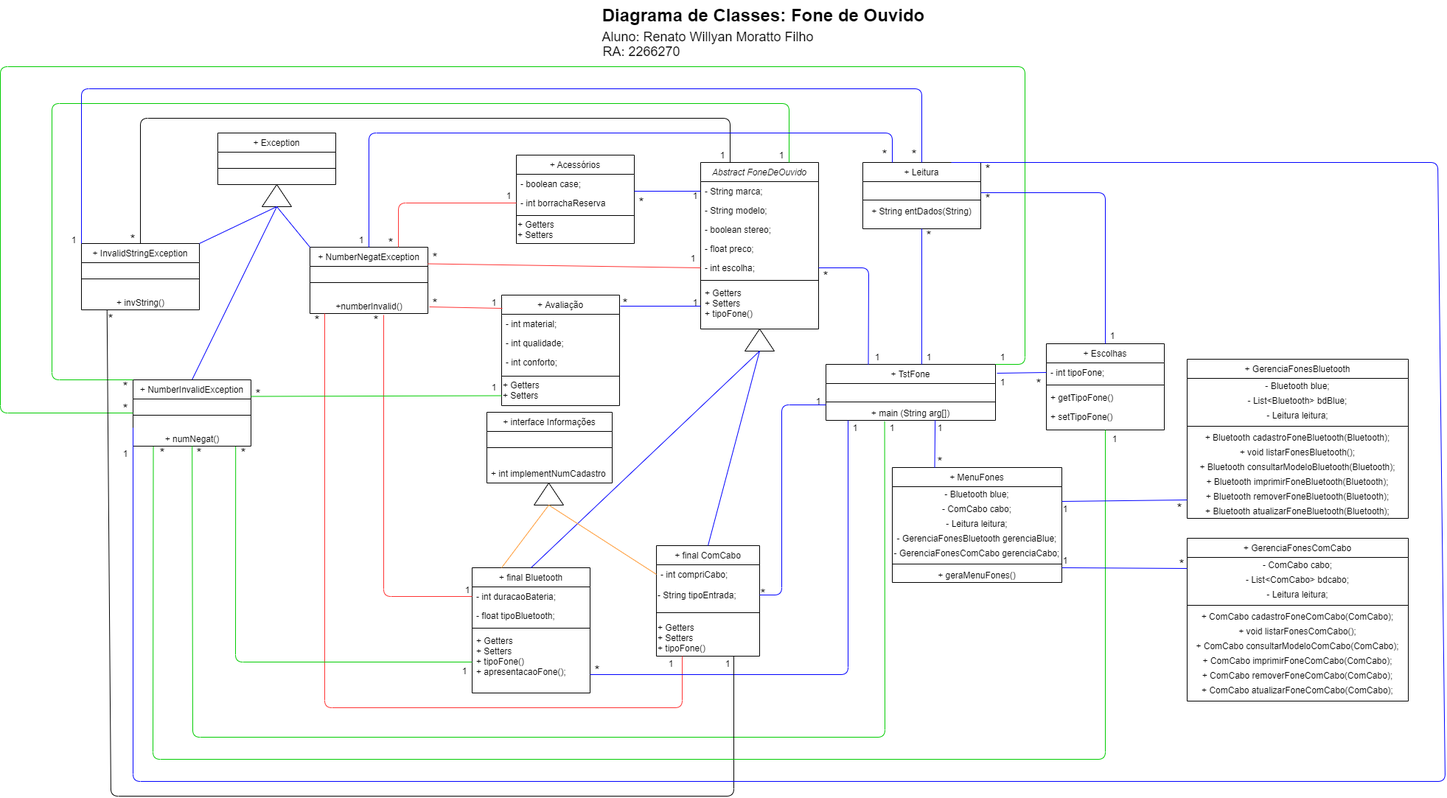
Above: Diagrama de Classes - Fone de Ouvido.png in RenatoMoratto/fone-de-ouvido-java (draw.io), before the change. Source tidied: cells renumbered, new cells last; positions are measured from the earlier drawing's top-left corner, leaving out a move shared by most shapes.
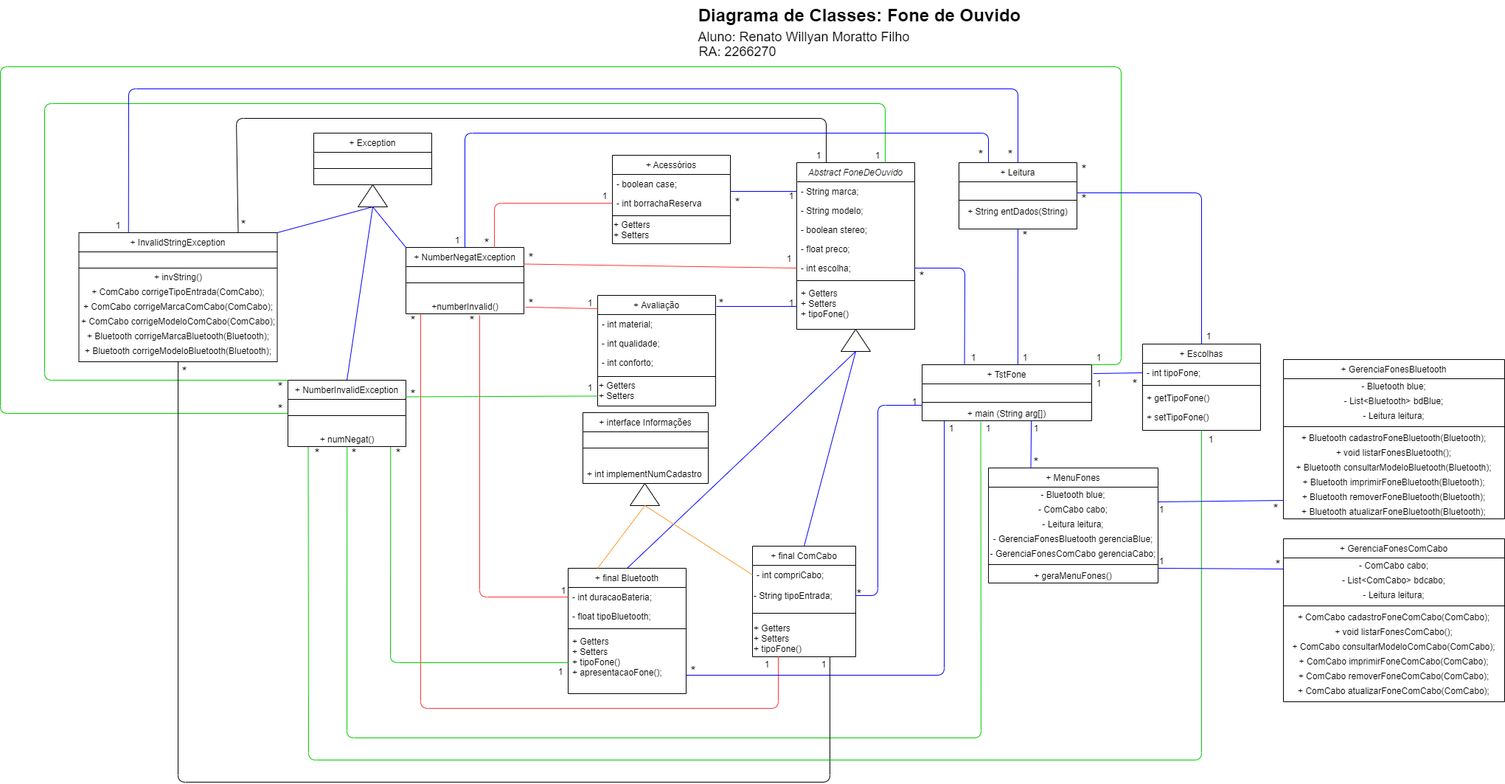
The same file after the commit.

Commit message:
Updated Diagrama de Classes - Fone de Ouvido

Diff of the diagram source:
```diff
@@ -174,7 +174,7 @@
       <mxGeometry relative="1" as="geometry" />
     </mxCell>
     <mxCell id="59" value="+ NumberInvalidException" style="swimlane;fontStyle=0;align=center;verticalAlign=top;horizontal=1;startSize=26;shadow=0;strokeWidth=1;" parent="1" vertex="1">
-      <mxGeometry x="180" y="515" width="160" height="90" as="geometry" />
+      <mxGeometry x="260" y="515" width="160" height="90" as="geometry" />
     </mxCell>
     <mxCell id="60" style="line;html=1;strokeWidth=1;align=left;verticalAlign=middle;spacingTop=-1;spacingLeft=3;spacingRight=3;labelPosition=right;" parent="59" vertex="1">
       <mxGeometry y="26" width="160" height="44" as="geometry" />
@@ -251,7 +251,7 @@
       <mxGeometry relative="1" as="geometry" />
     </mxCell>
     <mxCell id="80" value="*" style="text;html=1;strokeColor=none;fillColor=none;align=center;verticalAlign=middle;whiteSpace=wrap;fontSize=18;" parent="1" vertex="1">
-      <mxGeometry x="340" y="525" width="20" height="20" as="geometry" />
+      <mxGeometry x="420" y="525" width="20" height="20" as="geometry" />
     </mxCell>
     <mxCell id="81" value="1" style="text;html=1;strokeColor=none;fillColor=none;align=center;verticalAlign=middle;whiteSpace=wrap;" parent="1" vertex="1">
       <mxGeometry x="660" y="515" width="20" height="20" as="geometry" />
@@ -259,12 +259,12 @@
     <mxCell id="82" style="endArrow=none;html=1;fontSize=18;exitX=0.87;exitY=1.033;exitDx=0;exitDy=0;strokeColor=#00CC00;exitPerimeter=0;entryX=0;entryY=0.5;entryDx=0;entryDy=0;" parent="1" edge="1" source="61" target="14">
       <mxGeometry relative="1" as="geometry">
         <Array as="points">
-          <mxPoint x="319" y="898" />
+          <mxPoint x="399" y="898" />
         </Array>
       </mxGeometry>
     </mxCell>
     <mxCell id="83" value="*" style="text;html=1;strokeColor=none;fillColor=none;align=center;verticalAlign=middle;whiteSpace=wrap;fontSize=18;" parent="1" vertex="1">
-      <mxGeometry x="320" y="605" width="20" height="20" as="geometry" />
+      <mxGeometry x="400" y="605" width="20" height="20" as="geometry" />
     </mxCell>
     <mxCell id="84" value="1" style="text;html=1;strokeColor=none;fillColor=none;align=center;verticalAlign=middle;whiteSpace=wrap;" parent="1" vertex="1">
       <mxGeometry x="620" y="900" width="20" height="20" as="geometry" />
@@ -280,8 +280,8 @@
     <mxCell id="87" style="endArrow=none;html=1;fontSize=18;exitX=0;exitY=0;exitDx=0;exitDy=0;strokeColor=#00CC00;entryX=0.75;entryY=0;entryDx=0;entryDy=0;" parent="1" edge="1" source="59" target="2">
       <mxGeometry relative="1" as="geometry">
         <Array as="points">
-          <mxPoint x="70" y="515" />
-          <mxPoint x="70" y="140" />
+          <mxPoint x="-70" y="515" />
+          <mxPoint x="-70" y="140" />
           <mxPoint x="1070" y="140" />
         </Array>
       </mxGeometry>
@@ -293,7 +293,7 @@
       <mxGeometry x="1050" y="200" width="20" height="20" as="geometry" />
     </mxCell>
     <mxCell id="90" value="*" style="text;html=1;strokeColor=none;fillColor=none;align=center;verticalAlign=middle;whiteSpace=wrap;fontSize=18;" parent="1" vertex="1">
-      <mxGeometry x="160" y="515" width="20" height="20" as="geometry" />
+      <mxGeometry x="240" y="515" width="20" height="20" as="geometry" />
     </mxCell>
     <mxCell id="91" value="*" style="text;html=1;strokeColor=none;fillColor=none;align=center;verticalAlign=middle;whiteSpace=wrap;fontSize=18;" parent="1" vertex="1">
       <mxGeometry x="520" y="320" width="20" height="20" as="geometry" />
@@ -304,13 +304,13 @@
     <mxCell id="93" style="endArrow=none;html=1;strokeColor=#00CC00;exitX=0.501;exitY=0.998;exitDx=0;exitDy=0;exitPerimeter=0;entryX=0.346;entryY=1.067;entryDx=0;entryDy=0;entryPerimeter=0;" parent="1" edge="1" source="61" target="32">
       <mxGeometry relative="1" as="geometry">
         <Array as="points">
-          <mxPoint x="261" y="1000" />
+          <mxPoint x="340" y="1000" />
           <mxPoint x="1200" y="1000" />
         </Array>
       </mxGeometry>
     </mxCell>
     <mxCell id="94" value="*" style="text;html=1;strokeColor=none;fillColor=none;align=center;verticalAlign=middle;whiteSpace=wrap;fontSize=18;" parent="1" vertex="1">
-      <mxGeometry x="260" y="605" width="20" height="20" as="geometry" />
+      <mxGeometry x="340" y="605" width="20" height="20" as="geometry" />
     </mxCell>
     <mxCell id="95" value="1" style="text;html=1;strokeColor=none;fillColor=none;align=center;verticalAlign=middle;whiteSpace=wrap;" parent="1" vertex="1">
       <mxGeometry x="1200" y="570" width="20" height="20" as="geometry" />
@@ -318,15 +318,15 @@
     <mxCell id="96" style="endArrow=none;html=1;fontSize=18;exitX=0;exitY=0.5;exitDx=0;exitDy=0;strokeColor=#00CC00;entryX=1;entryY=0;entryDx=0;entryDy=0;" parent="1" edge="1" source="59" target="29">
       <mxGeometry relative="1" as="geometry">
         <Array as="points">
-          <mxPoint y="560" />
-          <mxPoint y="90" />
+          <mxPoint x="-130" y="560" />
+          <mxPoint x="-130" y="90" />
           <mxPoint x="1390" y="90" />
           <mxPoint x="1390" y="494" />
         </Array>
       </mxGeometry>
     </mxCell>
     <mxCell id="97" value="*" style="text;html=1;strokeColor=none;fillColor=none;align=center;verticalAlign=middle;whiteSpace=wrap;fontSize=18;" parent="1" vertex="1">
-      <mxGeometry x="160" y="545" width="20" height="20" as="geometry" />
+      <mxGeometry x="240" y="545" width="20" height="20" as="geometry" />
     </mxCell>
     <mxCell id="98" value="1" style="text;html=1;strokeColor=none;fillColor=none;align=center;verticalAlign=middle;whiteSpace=wrap;" parent="1" vertex="1">
       <mxGeometry x="1350" y="474" width="20" height="20" as="geometry" />
@@ -362,18 +362,36 @@
       <mxGeometry relative="1" as="geometry" />
     </mxCell>
     <mxCell id="104" value="+ InvalidStringException" style="swimlane;fontStyle=0;align=center;verticalAlign=top;horizontal=1;startSize=26;shadow=0;strokeWidth=1;" parent="1" vertex="1">
-      <mxGeometry x="110" y="330" width="160" height="90" as="geometry" />
+      <mxGeometry x="-23.5" y="315" width="269" height="175" as="geometry" />
     </mxCell>
+    <mxCell id="182" value="&amp;nbsp; &amp;nbsp;" style="text;html=1;align=center;verticalAlign=middle;" parent="104" vertex="1">
+      <mxGeometry y="26" width="269" height="20" as="geometry" />
+    </mxCell>
     <mxCell id="105" style="line;html=1;strokeWidth=1;align=left;verticalAlign=middle;spacingTop=-1;spacingLeft=3;spacingRight=3;labelPosition=right;" parent="104" vertex="1">
-      <mxGeometry y="26" width="160" height="44" as="geometry" />
+      <mxGeometry y="46" width="269" height="4" as="geometry" />
     </mxCell>
+    <mxCell id="183" value="+ invString()" style="text;html=1;align=center;verticalAlign=middle;" parent="104" vertex="1">
+      <mxGeometry y="50" width="269" height="20" as="geometry" />
+    </mxCell>
+    <mxCell id="184" value="+ ComCabo corrigeTipoEntrada(ComCabo);" style="text;html=1;align=center;verticalAlign=middle;" parent="104" vertex="1">
+      <mxGeometry y="70" width="269" height="20" as="geometry" />
+    </mxCell>
-    <mxCell id="106" value="+ invString()" style="text;html=1;align=center;verticalAlign=middle;points=[];" parent="104" vertex="1">
-      <mxGeometry y="70" width="160" height="20" as="geometry" />
+    <mxCell id="106" value="+ ComCabo corrigeMarcaComCabo(ComCabo);" style="text;html=1;align=center;verticalAlign=middle;points=[];" parent="104" vertex="1">
+      <mxGeometry y="90" width="269" height="20" as="geometry" />
     </mxCell>
+    <mxCell id="185" value="+ ComCabo corrigeModeloComCabo(ComCabo);" style="text;html=1;align=center;verticalAlign=middle;" parent="104" vertex="1">
+      <mxGeometry y="110" width="269" height="20" as="geometry" />
+    </mxCell>
+    <mxCell id="186" value="+ Bluetooth corrigeMarcaBluetooth(Bluetooth);" style="text;html=1;align=center;verticalAlign=middle;" parent="104" vertex="1">
+      <mxGeometry y="130" width="269" height="20" as="geometry" />
+    </mxCell>
+    <mxCell id="187" value="+ Bluetooth corrigeModeloBluetooth(Bluetooth);" style="text;html=1;align=center;verticalAlign=middle;" parent="104" vertex="1">
+      <mxGeometry y="150" width="269" height="20" as="geometry" />
+    </mxCell>
     <mxCell id="107" style="endArrow=none;html=1;fontSize=18;strokeColor=#0000FF;entryX=1;entryY=0;entryDx=0;entryDy=0;exitX=0;exitY=0.5;exitDx=0;exitDy=0;" parent="1" edge="1" source="57" target="104">
       <mxGeometry relative="1" as="geometry" />
     </mxCell>
-    <mxCell id="108" style="endArrow=none;html=1;entryX=0.25;entryY=0;entryDx=0;entryDy=0;exitX=0.5;exitY=0;exitDx=0;exitDy=0;" parent="1" edge="1" source="104" target="2">
+    <mxCell id="108" style="endArrow=none;html=1;entryX=0.25;entryY=0;entryDx=0;entryDy=0;exitX=0.803;exitY=-0.004;exitDx=0;exitDy=0;exitPerimeter=0;" parent="1" edge="1" source="104" target="2">
       <mxGeometry relative="1" as="geometry">
         <Array as="points">
           <mxPoint x="190" y="160" />
@@ -381,11 +399,11 @@
         </Array>
       </mxGeometry>
     </mxCell>
-    <mxCell id="109" style="endArrow=none;html=1;exitX=0.75;exitY=1;exitDx=0;exitDy=0;entryX=0.217;entryY=1.027;entryDx=0;entryDy=0;entryPerimeter=0;" parent="1" edge="1" source="19" target="106">
+    <mxCell id="109" style="endArrow=none;html=1;exitX=0.75;exitY=1;exitDx=0;exitDy=0;entryX=0.5;entryY=1;entryDx=0;entryDy=0;" parent="1" edge="1" source="19" target="104">
       <mxGeometry relative="1" as="geometry">
         <Array as="points">
-          <mxPoint x="995" y="1080" />
-          <mxPoint x="150" y="1080" />
+          <mxPoint x="995" y="1060" />
+          <mxPoint x="111" y="1060" />
         </Array>
       </mxGeometry>
     </mxCell>
@@ -432,10 +450,10 @@
       <mxGeometry relative="1" as="geometry" />
     </mxCell>
     <mxCell id="124" value="*" style="text;html=1;strokeColor=none;fillColor=none;align=center;verticalAlign=middle;whiteSpace=wrap;fontSize=18;" parent="1" vertex="1">
-      <mxGeometry x="140" y="422.5" width="20" height="20" as="geometry" />
+      <mxGeometry x="110" y="494" width="20" height="20" as="geometry" />
     </mxCell>
     <mxCell id="125" value="*" style="text;html=1;strokeColor=none;fillColor=none;align=center;verticalAlign=middle;whiteSpace=wrap;fontSize=18;" parent="1" vertex="1">
-      <mxGeometry x="170" y="315" width="20" height="20" as="geometry" />
+      <mxGeometry x="190" y="295" width="20" height="20" as="geometry" />
     </mxCell>
     <mxCell id="126" value="1" style="text;html=1;strokeColor=none;fillColor=none;align=center;verticalAlign=middle;whiteSpace=wrap;" parent="1" vertex="1">
       <mxGeometry x="970" y="200" width="20" height="20" as="geometry" />
@@ -459,13 +477,13 @@
     <mxCell id="131" style="endArrow=none;html=1;strokeColor=#00CC00;exitX=0.172;exitY=1.043;exitDx=0;exitDy=0;exitPerimeter=0;entryX=0.5;entryY=1;entryDx=0;entryDy=0;" parent="1" edge="1" source="61" target="110">
       <mxGeometry relative="1" as="geometry">
         <Array as="points">
-          <mxPoint x="207" y="1030" />
+          <mxPoint x="288" y="1030" />
           <mxPoint x="1499" y="1030" />
         </Array>
       </mxGeometry>
     </mxCell>
     <mxCell id="132" value="*" style="text;html=1;strokeColor=none;fillColor=none;align=center;verticalAlign=middle;whiteSpace=wrap;fontSize=18;" parent="1" vertex="1">
-      <mxGeometry x="210" y="605" width="20" height="20" as="geometry" />
+      <mxGeometry x="290" y="605" width="20" height="20" as="geometry" />
     </mxCell>
     <mxCell id="133" value="1" style="text;html=1;strokeColor=none;fillColor=none;align=center;verticalAlign=middle;whiteSpace=wrap;" parent="1" vertex="1">
       <mxGeometry x="1502" y="585" width="20" height="20" as="geometry" />
@@ -478,24 +496,14 @@
         </Array>
       </mxGeometry>
     </mxCell>
-    <mxCell id="135" style="endArrow=none;html=1;fontSize=18;exitX=0.5;exitY=0;exitDx=0;exitDy=0;entryX=0;entryY=0;entryDx=0;entryDy=0;strokeColor=#0000FF;" parent="1" edge="1" source="25" target="104">
+    <mxCell id="135" style="endArrow=none;html=1;fontSize=18;exitX=0.5;exitY=0;exitDx=0;exitDy=0;strokeColor=#0000FF;entryX=0.25;entryY=0;entryDx=0;entryDy=0;" parent="1" edge="1" source="25" target="104">
       <mxGeometry relative="1" as="geometry">
         <Array as="points">
           <mxPoint x="1250" y="120" />
-          <mxPoint x="110" y="120" />
+          <mxPoint x="44" y="120" />
         </Array>
       </mxGeometry>
     </mxCell>
-    <mxCell id="136" style="endArrow=none;html=1;fontSize=18;entryX=0.75;entryY=0;entryDx=0;entryDy=0;strokeColor=#0000FF;" parent="1" edge="1" target="25">
-      <mxGeometry relative="1" as="geometry">
-        <mxPoint x="180" y="580" as="sourcePoint" />
-        <Array as="points">
-          <mxPoint x="180" y="1060" />
-          <mxPoint x="1960" y="1060" />
-          <mxPoint x="1950" y="220" />
-        </Array>
-      </mxGeometry>
-    </mxCell>
     <mxCell id="137" value="*" style="text;html=1;strokeColor=none;fillColor=none;align=center;verticalAlign=middle;whiteSpace=wrap;fontSize=18;" parent="1" vertex="1">
       <mxGeometry x="1330" y="220" width="20" height="20" as="geometry" />
     </mxCell>
@@ -505,11 +513,8 @@
     <mxCell id="139" value="1" style="text;html=1;strokeColor=none;fillColor=none;align=center;verticalAlign=middle;whiteSpace=wrap;" parent="1" vertex="1">
       <mxGeometry x="480" y="315" width="20" height="20" as="geometry" />
     </mxCell>
-    <mxCell id="140" value="1" style="text;html=1;strokeColor=none;fillColor=none;align=center;verticalAlign=middle;whiteSpace=wrap;" parent="1" vertex="1">
-      <mxGeometry x="160" y="605" width="20" height="20" as="geometry" />
-    </mxCell>
     <mxCell id="141" value="1" style="text;html=1;strokeColor=none;fillColor=none;align=center;verticalAlign=middle;whiteSpace=wrap;" parent="1" vertex="1">
-      <mxGeometry x="90" y="315" width="20" height="20" as="geometry" />
+      <mxGeometry x="20" y="295" width="20" height="20" as="geometry" />
     </mxCell>
     <mxCell id="142" value="*" style="text;html=1;strokeColor=none;fillColor=none;align=center;verticalAlign=middle;whiteSpace=wrap;fontSize=18;" parent="1" vertex="1">
       <mxGeometry x="1190" y="200" width="20" height="20" as="geometry" />
```
